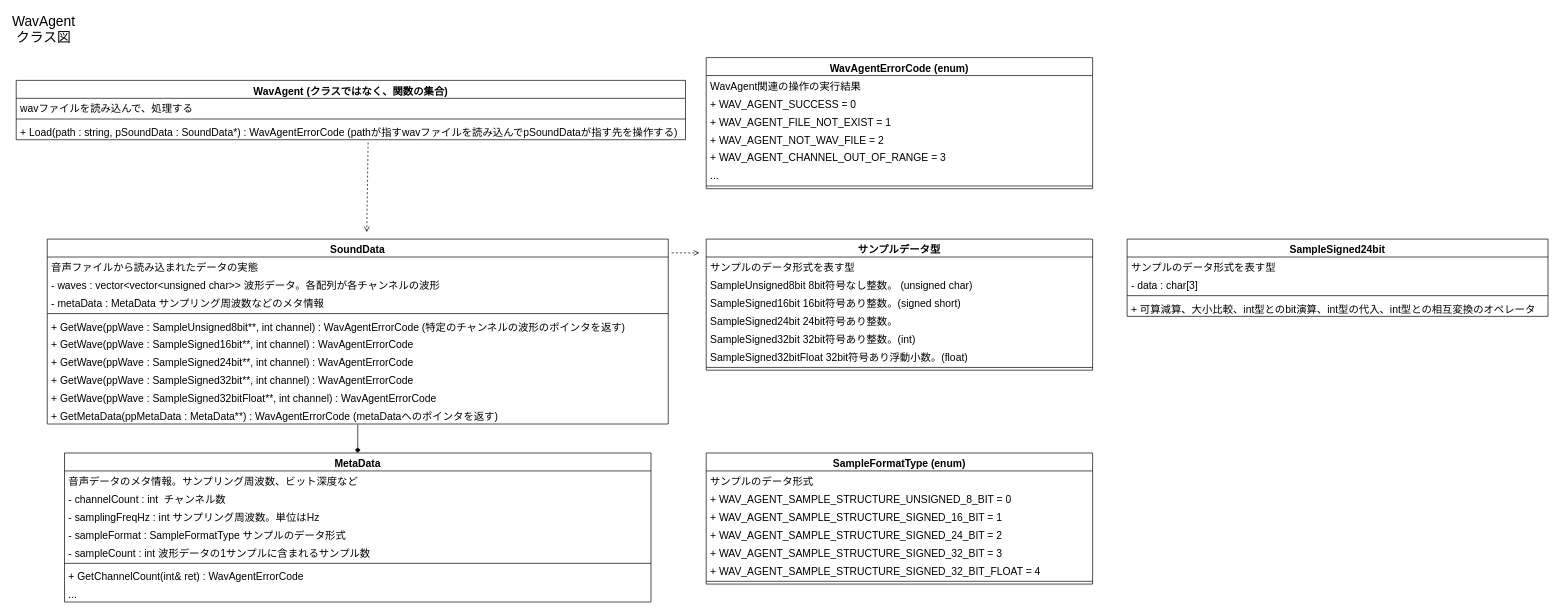
Dumble009/WavAgent keeps this draw.io diagram as design/WavAgentClassDiagram.drawio. Above is the earlier version. Source tidied: cells renumbered, new cells numbered last; positions are measured from the earlier drawing's top-left corner, leaving out a move shared by most shapes. Both pictures are drawn from the tidied source at 69%, with x=0, y=0 at pixel (16, 18).
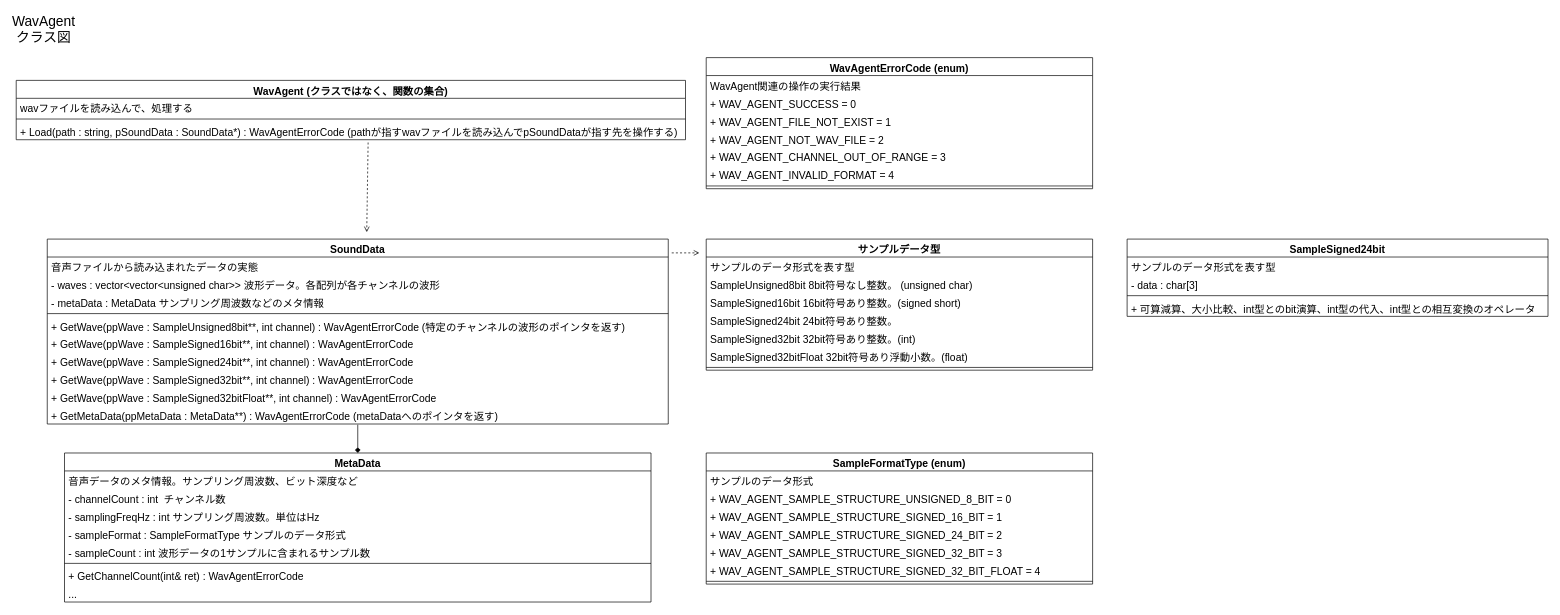
After the change.

The change refers to these unchanged cells:
```xml
<mxCell id="29" value="WavAgentErrorCode (enum)" style="swimlane;fontStyle=1;align=center;verticalAlign=top;horizontal=1;startSize=26;fontSize=15;" parent="1" vertex="1">
  <mxGeometry x="1000" y="57" width="560" height="190" as="geometry" />
</mxCell>
```

Diff of the diagram source:
```diff
@@
-    <mxCell id="35" value="..." style="text;strokeColor=none;fillColor=none;align=left;verticalAlign=top;spacingLeft=4;spacingRight=4;overflow=hidden;fontSize=15;" parent="29" vertex="1">
-      <mxGeometry y="156" width="560" height="26" as="geometry" />
-    </mxCell>
+    <mxCell id="59" value="+ WAV_AGENT_INVALID_FORMAT = 4" style="text;strokeColor=none;fillColor=none;align=left;verticalAlign=top;spacingLeft=4;spacingRight=4;overflow=hidden;fontSize=15;" parent="29" vertex="1">
+      <mxGeometry y="156" width="560" height="26" as="geometry" />
+    </mxCell>
```
